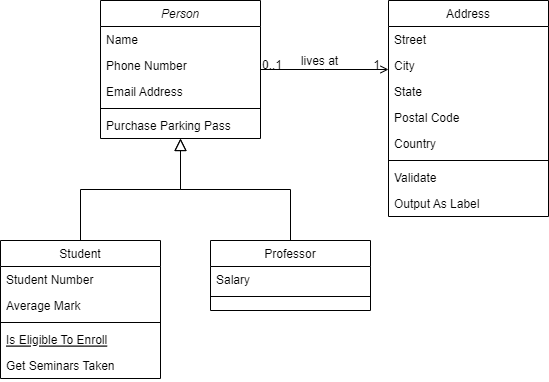
Above: t1.drawio.png in mo086/draw (draw.io), before the change. Source tidied: cells renumbered, new cells last; positions are measured from the earlier drawing's top-left corner, leaving out a move shared by most shapes.
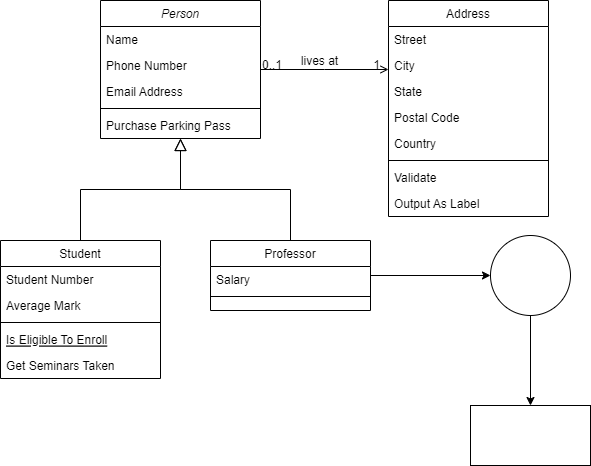
After the change.

Diff of the diagram source:
```diff
@@ -41,6 +41,9 @@
     <mxCell id="14" style="endArrow=block;endSize=10;endFill=0;shadow=0;strokeWidth=1;rounded=0;edgeStyle=elbowEdgeStyle;elbow=vertical;" parent="1" edge="1" source="8" target="2">
       <mxGeometry relative="1" as="geometry" />
     </mxCell>
+    <mxCell id="32" style="edgeStyle=orthogonalEdgeStyle;rounded=0;jettySize=auto;html=1;" parent="1" edge="1" source="15" target="34">
+      <mxGeometry relative="1" as="geometry" />
+    </mxCell>
     <mxCell id="15" value="Professor" style="swimlane;fontStyle=0;align=center;verticalAlign=top;horizontal=1;startSize=26;rounded=0;shadow=0;strokeWidth=1;" parent="1" vertex="1">
       <mxGeometry x="210" y="240" width="160" height="70" as="geometry" />
     </mxCell>
@@ -100,5 +103,14 @@
         <mxPoint x="-38" y="40" as="offset" />
       </mxGeometry>
     </mxCell>
+    <mxCell id="33" style="edgeStyle=orthogonalEdgeStyle;rounded=0;jettySize=auto;html=1;" parent="1" edge="1" source="34" target="35">
+      <mxGeometry relative="1" as="geometry" />
+    </mxCell>
+    <mxCell id="34" style="ellipse;whiteSpace=wrap;html=1;verticalAlign=top;fontStyle=0;startSize=26;rounded=0;shadow=0;strokeWidth=1;" parent="1" vertex="1">
+      <mxGeometry x="490" y="235" width="80" height="80" as="geometry" />
+    </mxCell>
+    <mxCell id="35" style="whiteSpace=wrap;html=1;verticalAlign=top;fontStyle=0;startSize=26;rounded=0;shadow=0;strokeWidth=1;" parent="1" vertex="1">
+      <mxGeometry x="470" y="405" width="120" height="60" as="geometry" />
+    </mxCell>
   </root>
 </mxGraphModel>
```
